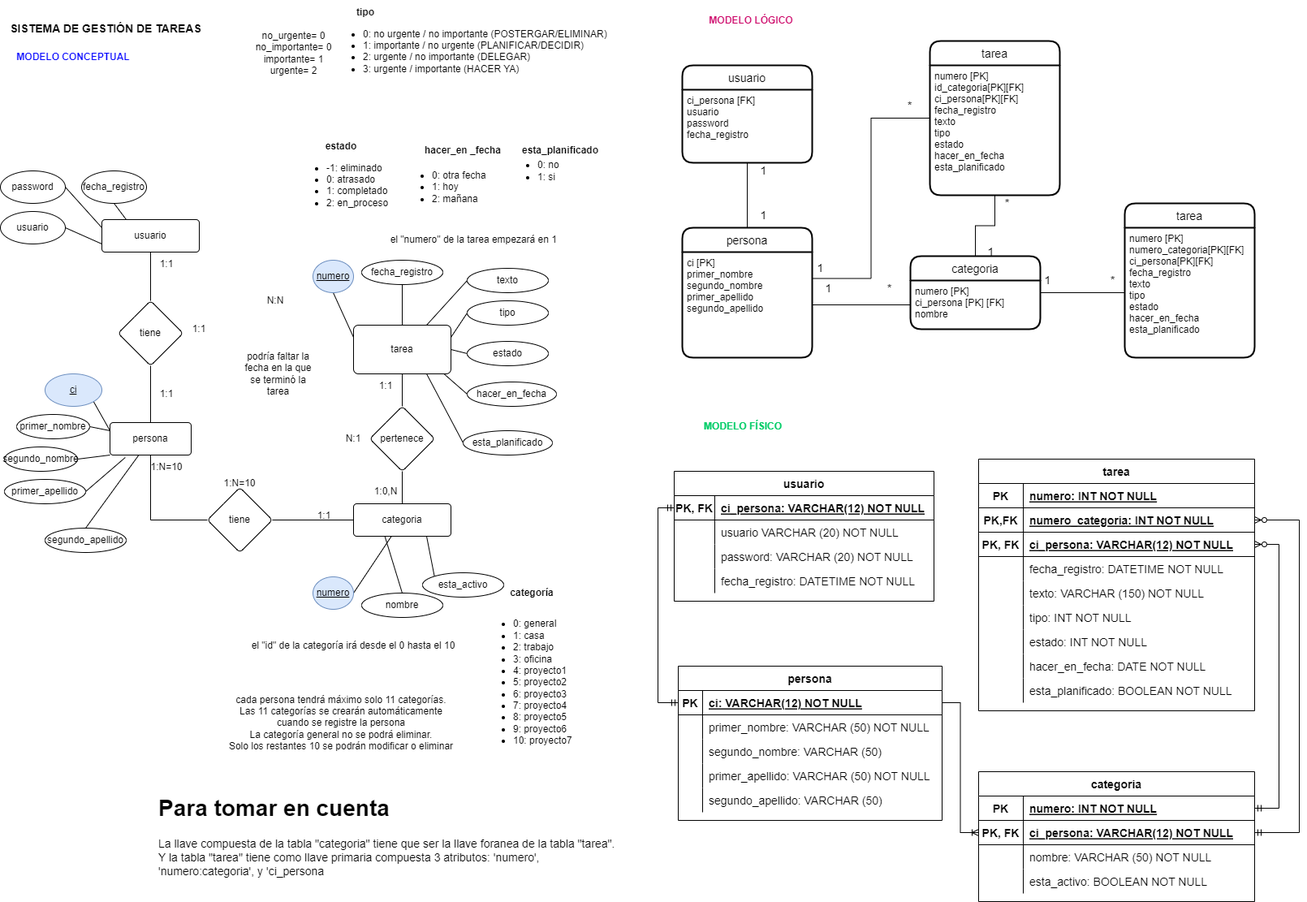
Before: modelo_logico_y_fisico.png, a diagram exported from draw.io (German-G-M/gestion_de_tareas). Source tidied: cells renumbered, new cells last; positions are measured from the earlier drawing's top-left corner, leaving out a move shared by most shapes.
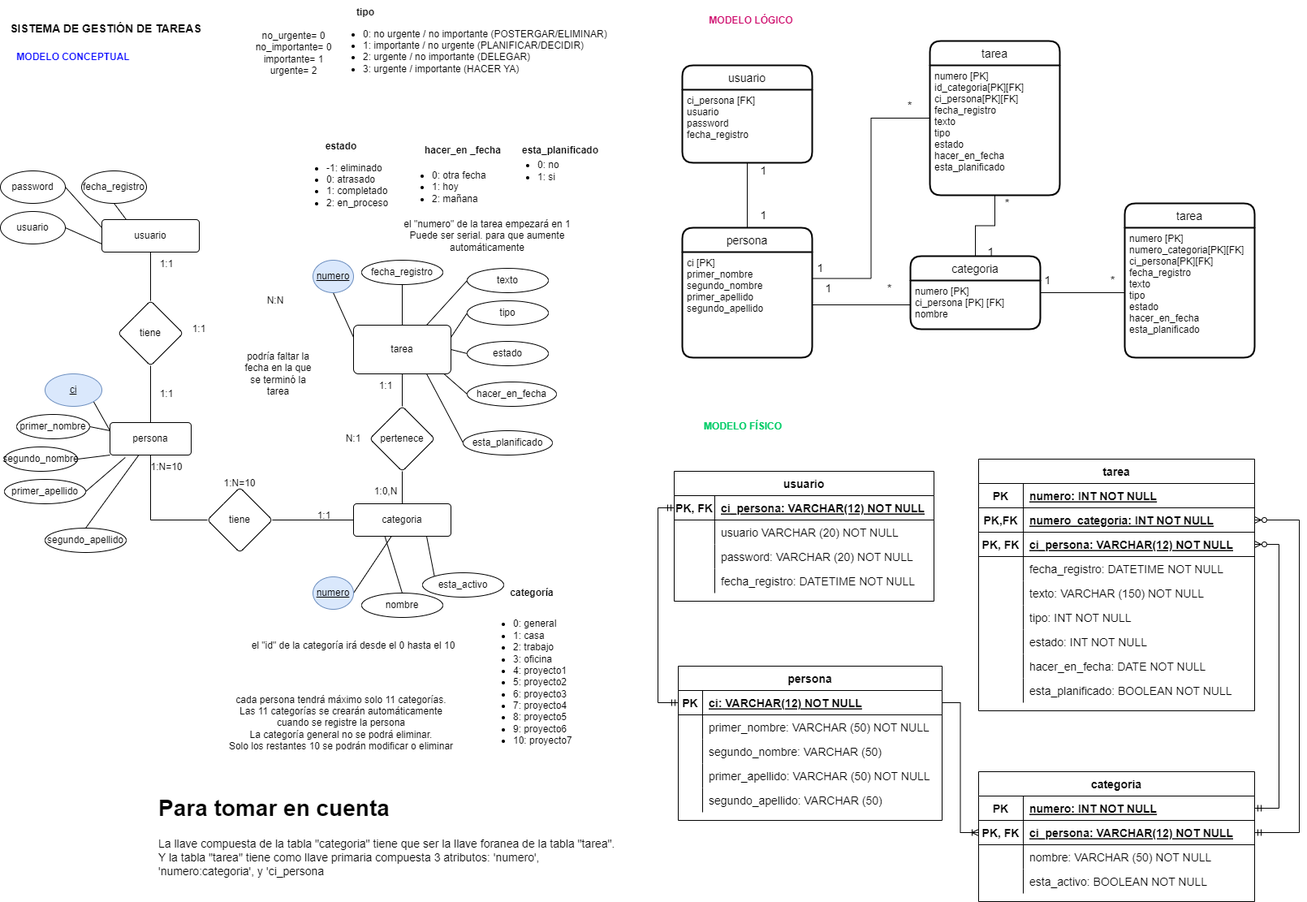
After the commit.

What changed in the source:
```diff
@@ -283,8 +283,8 @@
     <mxCell id="92" value="el &quot;id&quot; de la categoría irá desde el 0 hasta el 10" style="text;html=1;strokeColor=none;fillColor=none;align=center;verticalAlign=middle;whiteSpace=wrap;rounded=0;" parent="1" vertex="1">
       <mxGeometry x="295" y="770" width="280" height="50" as="geometry" />
     </mxCell>
-    <mxCell id="93" value="el &quot;numero&quot; de la tarea empezará en 1&amp;nbsp;" style="text;html=1;strokeColor=none;fillColor=none;align=center;verticalAlign=middle;whiteSpace=wrap;rounded=0;" parent="1" vertex="1">
-      <mxGeometry x="445" y="270" width="280" height="50" as="geometry" />
+    <mxCell id="93" value="el &quot;numero&quot; de la tarea empezará en 1&lt;br&gt;Puede ser serial. para que aumente automáticamente" style="text;html=1;strokeColor=none;fillColor=none;align=center;verticalAlign=middle;whiteSpace=wrap;rounded=0;" parent="1" vertex="1">
+      <mxGeometry x="460" y="265" width="280" height="50" as="geometry" />
     </mxCell>
     <mxCell id="94" value="tarea" style="swimlane;horizontal=1;startSize=30;rounded=1;fontSize=14;fontStyle=0;strokeWidth=2;shadow=0;dashed=0;align=center;" parent="1" vertex="1">
       <mxGeometry x="1145" y="50" width="160" height="190" as="geometry" />
```
